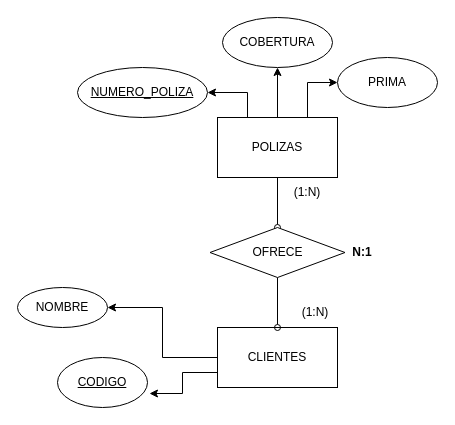
This is page "ejercicio3" (1 of 13) of Sql/directorio_de_ejercicios.drawio from universoparalelo/Informatorio, a draw.io file, before an edit. Source tidied: cells renumbered, new cells numbered last; positions are measured from the earlier drawing's top-left corner, leaving out a move shared by most shapes. Both pictures are drawn from the tidied source at 100%, with x=0, y=0 at pixel (17, 17).
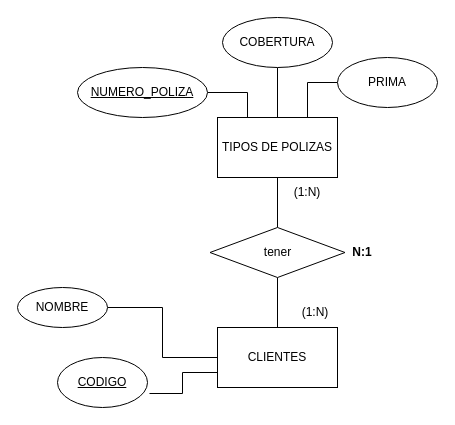
The same page after the edit.

Diff of the diagram source:
```diff
@@
 <mxGraphModel>
   <root>
     <mxCell id="0" />
     <mxCell id="1" parent="0" />
-    <mxCell id="2" style="rounded=0;jettySize=auto;html=1;exitX=0.5;exitY=1;exitDx=0;exitDy=0;entryX=0.5;entryY=0;entryDx=0;entryDy=0;endArrow=oval;endFill=0;" parent="1" edge="1" source="6" target="16">
+    <mxCell id="2" style="rounded=0;jettySize=auto;html=1;exitX=0.5;exitY=1;exitDx=0;exitDy=0;entryX=0.5;entryY=0;entryDx=0;entryDy=0;endArrow=none;endFill=0;" parent="1" edge="1" source="6" target="16">
       <mxGeometry relative="1" as="geometry" />
     </mxCell>
-    <mxCell id="3" style="edgeStyle=orthogonalEdgeStyle;rounded=0;jettySize=auto;html=1;exitX=0.5;exitY=0;exitDx=0;exitDy=0;entryX=0.5;entryY=1;entryDx=0;entryDy=0;" parent="1" edge="1" source="6" target="11">
+    <mxCell id="3" style="edgeStyle=orthogonalEdgeStyle;rounded=0;jettySize=auto;html=1;exitX=0.5;exitY=0;exitDx=0;exitDy=0;entryX=0.5;entryY=1;entryDx=0;entryDy=0;endArrow=none;endFill=0;" parent="1" edge="1" source="6" target="11">
       <mxGeometry relative="1" as="geometry" />
     </mxCell>
-    <mxCell id="4" style="edgeStyle=orthogonalEdgeStyle;rounded=0;jettySize=auto;html=1;exitX=0.25;exitY=0;exitDx=0;exitDy=0;entryX=1;entryY=0.5;entryDx=0;entryDy=0;" parent="1" edge="1" source="6" target="10">
+    <mxCell id="4" style="edgeStyle=orthogonalEdgeStyle;rounded=0;jettySize=auto;html=1;exitX=0.25;exitY=0;exitDx=0;exitDy=0;entryX=1;entryY=0.5;entryDx=0;entryDy=0;endArrow=none;endFill=0;" parent="1" edge="1" source="6" target="10">
       <mxGeometry relative="1" as="geometry" />
     </mxCell>
-    <mxCell id="5" style="edgeStyle=orthogonalEdgeStyle;rounded=0;jettySize=auto;html=1;exitX=0.75;exitY=0;exitDx=0;exitDy=0;entryX=0;entryY=0.5;entryDx=0;entryDy=0;" parent="1" edge="1" source="6" target="12">
+    <mxCell id="5" style="edgeStyle=orthogonalEdgeStyle;rounded=0;jettySize=auto;html=1;exitX=0.75;exitY=0;exitDx=0;exitDy=0;entryX=0;entryY=0.5;entryDx=0;entryDy=0;endArrow=none;endFill=0;" parent="1" edge="1" source="6" target="12">
       <mxGeometry relative="1" as="geometry" />
     </mxCell>
-    <mxCell id="6" value="POLIZAS" style="rounded=0;whiteSpace=wrap;html=1;" parent="1" vertex="1">
+    <mxCell id="6" value="TIPOS DE POLIZAS" style="rounded=0;whiteSpace=wrap;html=1;" parent="1" vertex="1">
       <mxGeometry x="200" y="100" width="120" height="60" as="geometry" />
     </mxCell>
-    <mxCell id="7" style="edgeStyle=orthogonalEdgeStyle;rounded=0;jettySize=auto;html=1;exitX=0;exitY=0.5;exitDx=0;exitDy=0;entryX=1;entryY=0.5;entryDx=0;entryDy=0;" parent="1" edge="1" source="9" target="13">
+    <mxCell id="7" style="edgeStyle=orthogonalEdgeStyle;rounded=0;jettySize=auto;html=1;exitX=0;exitY=0.5;exitDx=0;exitDy=0;entryX=1;entryY=0.5;entryDx=0;entryDy=0;endArrow=none;endFill=0;" parent="1" edge="1" source="9" target="13">
       <mxGeometry relative="1" as="geometry" />
     </mxCell>
-    <mxCell id="8" style="edgeStyle=orthogonalEdgeStyle;rounded=0;jettySize=auto;html=1;exitX=0;exitY=0.75;exitDx=0;exitDy=0;entryX=1.022;entryY=0.72;entryDx=0;entryDy=0;entryPerimeter=0;" parent="1" edge="1" source="9" target="14">
+    <mxCell id="8" style="edgeStyle=orthogonalEdgeStyle;rounded=0;jettySize=auto;html=1;exitX=0;exitY=0.75;exitDx=0;exitDy=0;entryX=1.022;entryY=0.72;entryDx=0;entryDy=0;entryPerimeter=0;endArrow=none;endFill=0;" parent="1" edge="1" source="9" target="14">
       <mxGeometry relative="1" as="geometry" />
     </mxCell>
     <mxCell id="9" value="CLIENTES" style="rounded=0;whiteSpace=wrap;html=1;" parent="1" vertex="1">
       <mxGeometry x="200" y="310" width="120" height="60" as="geometry" />
     </mxCell>
     <mxCell id="10" value="&lt;u&gt;NUMERO_POLIZA&lt;/u&gt;" style="ellipse;whiteSpace=wrap;html=1;" parent="1" vertex="1">
       <mxGeometry x="60" y="50" width="130" height="50" as="geometry" />
     </mxCell>
     <mxCell id="11" value="COBERTURA" style="ellipse;whiteSpace=wrap;html=1;" parent="1" vertex="1">
       <mxGeometry x="205" width="110" height="50" as="geometry" />
     </mxCell>
     <mxCell id="12" value="PRIMA" style="ellipse;whiteSpace=wrap;html=1;" parent="1" vertex="1">
       <mxGeometry x="320" y="40" width="100" height="50" as="geometry" />
     </mxCell>
     <mxCell id="13" value="NOMBRE" style="ellipse;whiteSpace=wrap;html=1;" parent="1" vertex="1">
       <mxGeometry y="270" width="90" height="40" as="geometry" />
     </mxCell>
     <mxCell id="14" value="&lt;u&gt;CODIGO&lt;/u&gt;" style="ellipse;whiteSpace=wrap;html=1;" parent="1" vertex="1">
       <mxGeometry x="40" y="340" width="90" height="50" as="geometry" />
     </mxCell>
-    <mxCell id="15" style="rounded=0;jettySize=auto;html=1;exitX=0.5;exitY=1;exitDx=0;exitDy=0;entryX=0.5;entryY=0;entryDx=0;entryDy=0;endArrow=oval;endFill=0;" parent="1" edge="1" source="16" target="9">
+    <mxCell id="15" style="rounded=0;jettySize=auto;html=1;exitX=0.5;exitY=1;exitDx=0;exitDy=0;entryX=0.5;entryY=0;entryDx=0;entryDy=0;endArrow=none;endFill=0;" parent="1" edge="1" source="16" target="9">
       <mxGeometry relative="1" as="geometry" />
     </mxCell>
-    <mxCell id="16" value="OFRECE" style="rhombus;whiteSpace=wrap;html=1;" parent="1" vertex="1">
+    <mxCell id="16" value="tener" style="rhombus;whiteSpace=wrap;html=1;" parent="1" vertex="1">
       <mxGeometry x="192.5" y="210" width="135" height="50" as="geometry" />
     </mxCell>
     <mxCell id="17" value="(1:N)" style="text;html=1;strokeColor=none;fillColor=none;align=center;verticalAlign=middle;whiteSpace=wrap;rounded=0;" parent="1" vertex="1">
       <mxGeometry x="267.5" y="280" width="60" height="30" as="geometry" />
     </mxCell>
     <mxCell id="18" value="(1:N)" style="text;html=1;strokeColor=none;fillColor=none;align=center;verticalAlign=middle;whiteSpace=wrap;rounded=0;" parent="1" vertex="1">
       <mxGeometry x="260" y="160" width="60" height="30" as="geometry" />
     </mxCell>
     <mxCell id="19" value="&lt;b&gt;N:1&lt;/b&gt;" style="text;html=1;strokeColor=none;fillColor=none;align=center;verticalAlign=middle;whiteSpace=wrap;rounded=0;" parent="1" vertex="1">
       <mxGeometry x="315" y="220" width="60" height="30" as="geometry" />
     </mxCell>
   </root>
 </mxGraphModel>
```
